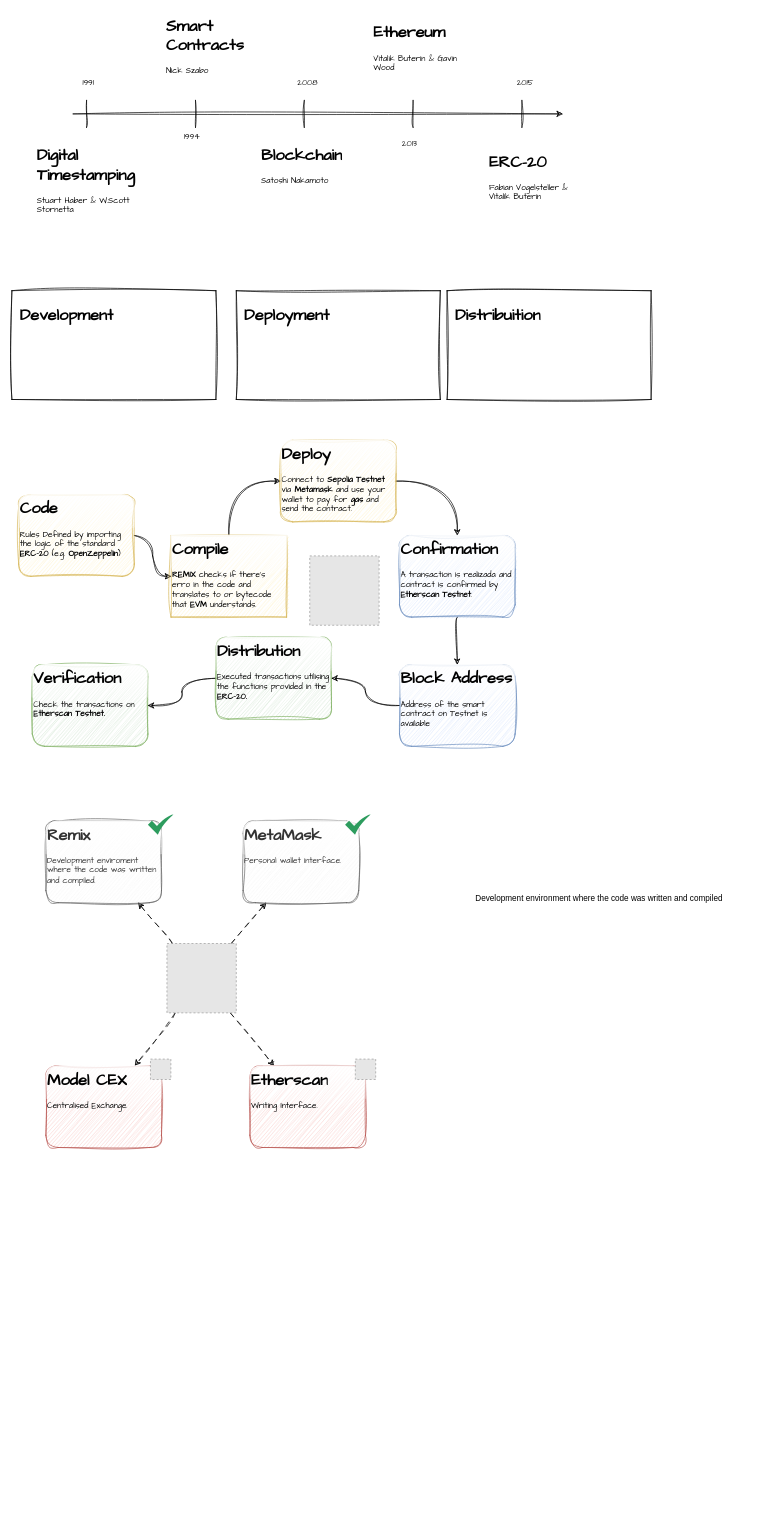
Before: CA_BlockChain.drawio in sergio-oliveira-br/ca-blockchain-erc20-200tks, a draw.io diagram. Source tidied: cells renumbered, new cells numbered last; positions are measured from the earlier drawing's top-left corner, leaving out a move shared by most shapes. Both pictures are drawn from the tidied source at 68%, with x=0, y=0 at pixel (12, 12). Pictures stored in the file or linked from it are replaced by grey dashed boxes.
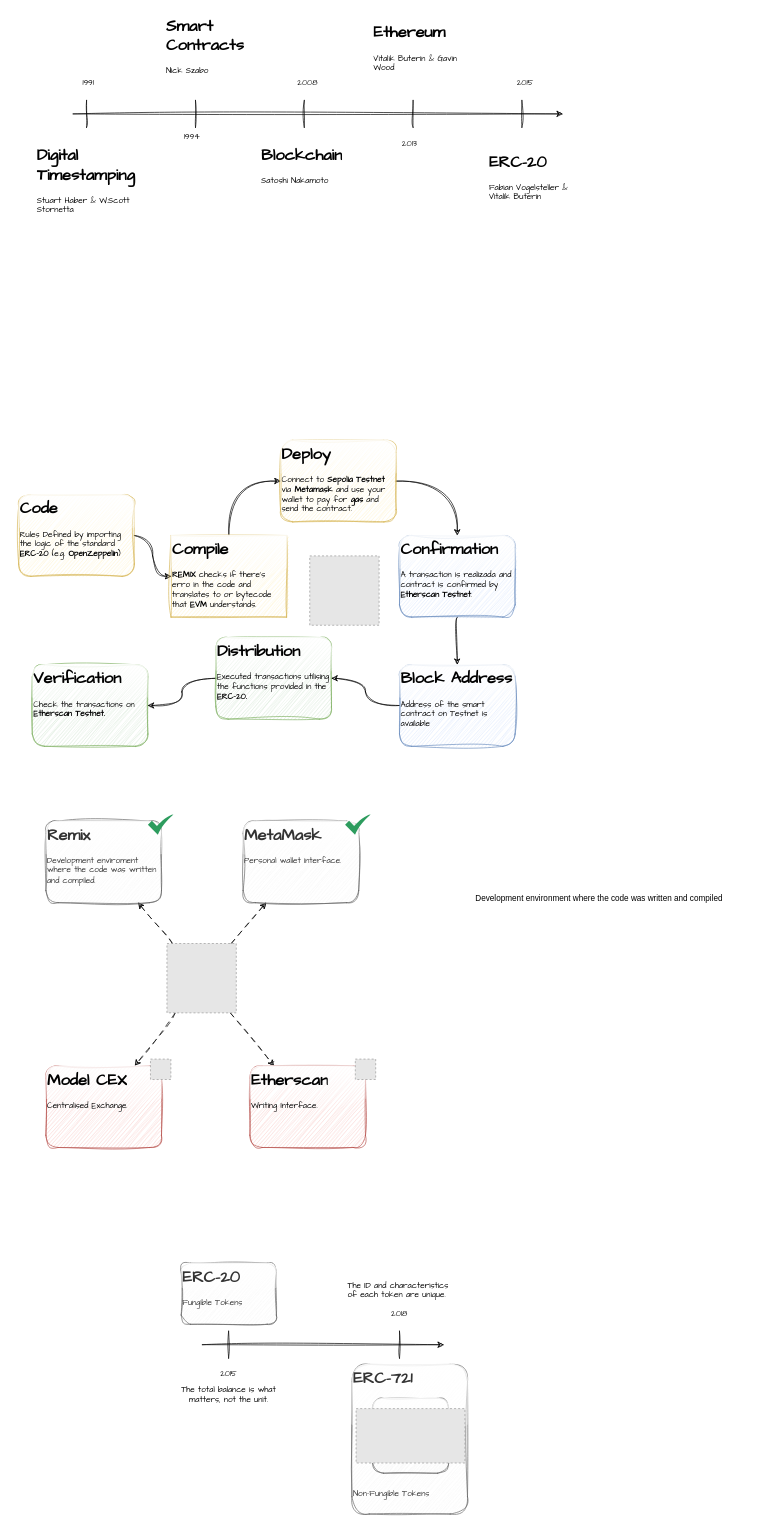
The same diagram, later.

Change to the diagram source:
```diff
@@
-    <mxCell id="18" style="rounded=0;whiteSpace=wrap;html=1;sketch=1;curveFitting=1;jiggle=2;" parent="1" vertex="1">
-      <mxGeometry y="410" width="300" height="160" as="geometry" />
-    </mxCell>
-    <mxCell id="19" style="rounded=0;whiteSpace=wrap;html=1;sketch=1;curveFitting=1;jiggle=2;" parent="1" vertex="1">
-      <mxGeometry x="330" y="410" width="300" height="160" as="geometry" />
-    </mxCell>
-    <mxCell id="20" style="rounded=0;whiteSpace=wrap;html=1;sketch=1;curveFitting=1;jiggle=2;" parent="1" vertex="1">
-      <mxGeometry x="640" y="410" width="300" height="160" as="geometry" />
-    </mxCell>
-    <mxCell id="21" value="&lt;h1 style=&quot;margin-top: 0px;&quot;&gt;Development&lt;/h1&gt;" style="text;html=1;whiteSpace=wrap;overflow=hidden;rounded=0;fontFamily=Comic Sans MS;" parent="1" vertex="1">
-      <mxGeometry x="10" y="425" width="210" height="55" as="geometry" />
-    </mxCell>
-    <mxCell id="22" value="&lt;h1 style=&quot;margin-top: 0px;&quot;&gt;Deployment&lt;/h1&gt;" style="text;html=1;whiteSpace=wrap;overflow=hidden;rounded=0;fontFamily=Comic Sans MS;" parent="1" vertex="1">
-      <mxGeometry x="340" y="425" width="210" height="55" as="geometry" />
-    </mxCell>
-    <mxCell id="23" value="&lt;h1 style=&quot;margin-top: 0px;&quot;&gt;Distribuition&lt;/h1&gt;" style="text;html=1;whiteSpace=wrap;overflow=hidden;rounded=0;fontFamily=Comic Sans MS;" parent="1" vertex="1">
-      <mxGeometry x="650" y="425" width="210" height="55" as="geometry" />
-    </mxCell>
@@
+    <mxCell id="52" style="endArrow=classic;html=1;rounded=0;sketch=1;curveFitting=1;jiggle=2;" parent="1" edge="1">
+      <mxGeometry relative="1" as="geometry">
+        <mxPoint x="280" y="1960" as="sourcePoint" />
+        <mxPoint x="635" y="1960" as="targetPoint" />
+      </mxGeometry>
+    </mxCell>
+    <mxCell id="53" style="endArrow=none;html=1;rounded=0;sketch=1;curveFitting=1;jiggle=2;" parent="1" edge="1">
+      <mxGeometry relative="1" as="geometry">
+        <mxPoint x="318.7" y="1980" as="sourcePoint" />
+        <mxPoint x="318.7" y="1940" as="targetPoint" />
+      </mxGeometry>
+    </mxCell>
+    <mxCell id="54" style="endArrow=none;html=1;rounded=0;sketch=1;curveFitting=1;jiggle=2;" parent="1" edge="1">
+      <mxGeometry relative="1" as="geometry">
+        <mxPoint x="570" y="1980" as="sourcePoint" />
+        <mxPoint x="570" y="1940" as="targetPoint" />
+      </mxGeometry>
+    </mxCell>
+    <mxCell id="55" value="&lt;h1 style=&quot;margin-top: 0px;&quot;&gt;ERC-20&lt;/h1&gt;&lt;h1 style=&quot;margin-top: 0px;&quot;&gt;&lt;p style=&quot;font-size: 12px;&quot;&gt;&lt;span style=&quot;font-weight: 400;&quot;&gt;Fungible Tokens&lt;/span&gt;&lt;/p&gt;&lt;/h1&gt;" style="text;html=1;whiteSpace=wrap;overflow=hidden;rounded=1;fontFamily=Comic Sans MS;fillColor=#f5f5f5;strokeColor=#666666;sketch=1;curveFitting=1;jiggle=2;glass=1;fontColor=#333333;" parent="1" vertex="1">
+      <mxGeometry x="249" y="1840" width="140" height="90" as="geometry" />
+    </mxCell>
+    <mxCell id="56" value="&lt;h1 style=&quot;margin-top: 0px;&quot;&gt;ERC-721&amp;nbsp;&lt;/h1&gt;&lt;h1 style=&quot;margin-top: 0px;&quot;&gt;&lt;p style=&quot;font-size: 12px;&quot;&gt;&lt;span style=&quot;font-weight: 400;&quot;&gt;&lt;br&gt;&lt;/span&gt;&lt;/p&gt;&lt;p style=&quot;font-size: 12px;&quot;&gt;&lt;span style=&quot;font-weight: 400;&quot;&gt;&lt;br&gt;&lt;/span&gt;&lt;/p&gt;&lt;p style=&quot;font-size: 12px;&quot;&gt;&lt;span style=&quot;font-weight: 400;&quot;&gt;&lt;br&gt;&lt;/span&gt;&lt;/p&gt;&lt;p style=&quot;font-size: 12px;&quot;&gt;&lt;span style=&quot;font-weight: 400;&quot;&gt;&lt;br&gt;&lt;/span&gt;&lt;/p&gt;&lt;p style=&quot;font-size: 12px;&quot;&gt;&lt;br&gt;&lt;/p&gt;&lt;p style=&quot;font-size: 12px;&quot;&gt;&lt;span style=&quot;font-weight: 400;&quot;&gt;Non-Fungible Tokens&lt;/span&gt;&lt;/p&gt;&lt;/h1&gt;" style="text;html=1;whiteSpace=wrap;overflow=hidden;rounded=1;fontFamily=Comic Sans MS;fillColor=#f5f5f5;strokeColor=#666666;sketch=1;curveFitting=1;jiggle=2;glass=1;fontColor=#333333;" parent="1" vertex="1">
+      <mxGeometry x="500" y="1989" width="170" height="220" as="geometry" />
+    </mxCell>
+    <mxCell id="57" value="2015" style="text;html=1;whiteSpace=wrap;strokeColor=none;fillColor=none;align=center;verticalAlign=middle;rounded=0;fontFamily=Comic Sans MS;" parent="1" vertex="1">
+      <mxGeometry x="289" y="1989" width="60" height="30" as="geometry" />
+    </mxCell>
+    <mxCell id="58" value="2018" style="text;html=1;whiteSpace=wrap;strokeColor=none;fillColor=none;align=center;verticalAlign=middle;rounded=0;fontFamily=Comic Sans MS;" parent="1" vertex="1">
+      <mxGeometry x="540" y="1900" width="60" height="30" as="geometry" />
+    </mxCell>
+    <mxCell id="59" value="&lt;h1 style=&quot;margin-top: 0px;&quot;&gt;&lt;br&gt;&lt;/h1&gt;" style="text;html=1;whiteSpace=wrap;overflow=hidden;rounded=1;fontFamily=Comic Sans MS;fillColor=#f5f5f5;strokeColor=#666666;sketch=1;curveFitting=1;jiggle=2;glass=1;fontColor=#333333;" parent="1" vertex="1">
+      <mxGeometry x="530" y="2039" width="112.5" height="110" as="geometry" />
+    </mxCell>
+    <mxCell id="60" style="fillColor=#E6E6E6;strokeColor=#999999;dashed=1;html=1;verticalAlign=top;verticalLabelPosition=bottom;labelBackgroundColor=#ffffff;" parent="1" vertex="1">
+      <mxGeometry x="506.2" y="2054" width="160" height="80" as="geometry" />
+    </mxCell>
+    <mxCell id="61" value="The total balance is what matters, not the unit." style="text;html=1;whiteSpace=wrap;strokeColor=none;fillColor=none;align=center;verticalAlign=middle;rounded=0;fontFamily=Comic Sans MS;" parent="1" vertex="1">
+      <mxGeometry x="241" y="2019" width="156" height="30" as="geometry" />
+    </mxCell>
+    <mxCell id="62" value="The ID and characteristics of each token are unique." style="text;whiteSpace=wrap;fontFamily=Comic Sans MS;" parent="1" vertex="1">
+      <mxGeometry x="492" y="1860" width="156" height="40" as="geometry" />
+    </mxCell>
```
